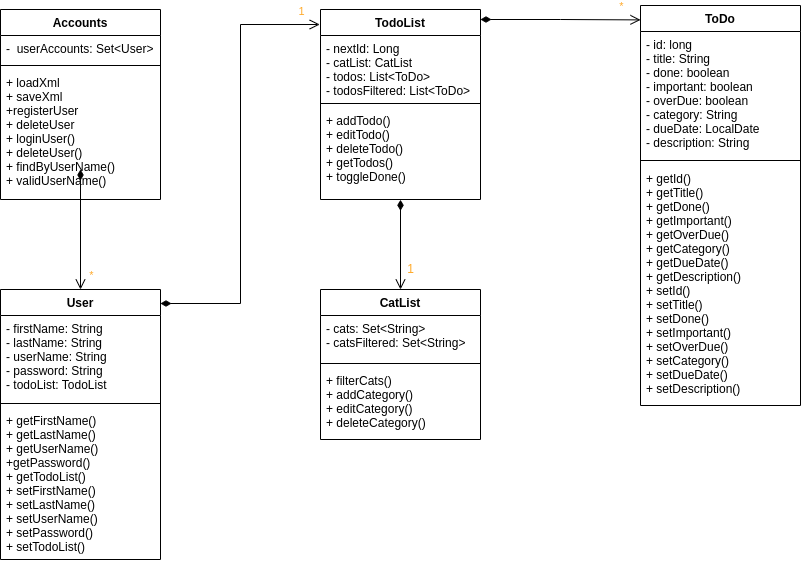
The draw.io diagram .images/ApplicationModel_v02.drawio.png in erbmic/todo-application, before a commit. Source tidied: cells renumbered, new cells last; positions are measured from the earlier drawing's top-left corner, leaving out a move shared by most shapes. Its diagram source:
```xml
<mxGraphModel>
  <root>
    <mxCell id="0" />
    <mxCell id="1" parent="0" />
    <mxCell id="2" value="User" style="swimlane;fontStyle=1;align=center;verticalAlign=top;horizontal=1;startSize=26;" parent="1" vertex="1">
      <mxGeometry y="284" width="160" height="270" as="geometry" />
    </mxCell>
    <mxCell id="3" value="- firstName: String&#10;- lastName: String&#10;- userName: String&#10;- password: String&#10;- todoList: TodoList" style="text;strokeColor=none;fillColor=none;align=left;verticalAlign=top;spacingLeft=4;spacingRight=4;overflow=hidden;" parent="2" vertex="1">
      <mxGeometry y="26" width="160" height="84" as="geometry" />
    </mxCell>
    <mxCell id="4" style="line;strokeWidth=1;fillColor=none;align=left;verticalAlign=middle;spacingTop=-1;spacingLeft=3;spacingRight=3;labelPosition=right;" parent="2" vertex="1">
      <mxGeometry y="110" width="160" height="8" as="geometry" />
    </mxCell>
    <mxCell id="5" value="+ getFirstName()&#10;+ getLastName()&#10;+ getUserName()&#10;+getPassword()&#10;+ getTodoList()&#10;+ setFirstName()&#10;+ setLastName()&#10;+ setUserName()&#10;+ setPassword()&#10;+ setTodoList()" style="text;strokeColor=none;fillColor=none;align=left;verticalAlign=top;spacingLeft=4;spacingRight=4;overflow=hidden;" parent="2" vertex="1">
      <mxGeometry y="118" width="160" height="152" as="geometry" />
    </mxCell>
    <mxCell id="6" value="Accounts" style="swimlane;fontStyle=1;align=center;verticalAlign=top;horizontal=1;startSize=26;" parent="1" vertex="1">
      <mxGeometry y="4" width="160" height="190" as="geometry" />
    </mxCell>
    <mxCell id="7" value="-  userAccounts: Set&lt;User&gt;" style="text;strokeColor=none;fillColor=none;align=left;verticalAlign=top;spacingLeft=4;spacingRight=4;overflow=hidden;" parent="6" vertex="1">
      <mxGeometry y="26" width="160" height="26" as="geometry" />
    </mxCell>
    <mxCell id="8" style="line;strokeWidth=1;fillColor=none;align=left;verticalAlign=middle;spacingTop=-1;spacingLeft=3;spacingRight=3;labelPosition=right;" parent="6" vertex="1">
      <mxGeometry y="52" width="160" height="8" as="geometry" />
    </mxCell>
    <mxCell id="9" value="+ loadXml&#10;+ saveXml&#10;+registerUser&#10;+ deleteUser&#10;+ loginUser()&#10;+ deleteUser()&#10;+ findByUserName()&#10;+ validUserName()" style="text;strokeColor=none;fillColor=none;align=left;verticalAlign=top;spacingLeft=4;spacingRight=4;overflow=hidden;points=[[0,0.5],[1,0.5]];portConstraint=eastwest;" parent="6" vertex="1">
      <mxGeometry y="60" width="160" height="130" as="geometry" />
    </mxCell>
    <mxCell id="10" value="TodoList" style="swimlane;fontStyle=1;align=center;verticalAlign=top;horizontal=1;startSize=26;" parent="1" vertex="1">
      <mxGeometry x="320" y="4" width="160" height="190" as="geometry" />
    </mxCell>
    <mxCell id="11" value="- nextId: Long&#10;- catList: CatList&#10;- todos: List&lt;ToDo&gt;&#10;- todosFiltered: List&lt;ToDo&gt;" style="text;strokeColor=none;fillColor=none;align=left;verticalAlign=top;spacingLeft=4;spacingRight=4;overflow=hidden;" parent="10" vertex="1">
      <mxGeometry y="26" width="160" height="64" as="geometry" />
    </mxCell>
    <mxCell id="12" style="line;strokeWidth=1;fillColor=none;align=left;verticalAlign=middle;spacingTop=-1;spacingLeft=3;spacingRight=3;labelPosition=right;" parent="10" vertex="1">
      <mxGeometry y="90" width="160" height="8" as="geometry" />
    </mxCell>
    <mxCell id="13" value="+ addTodo()&#10;+ editTodo()&#10;+ deleteTodo()&#10;+ getTodos()&#10;+ toggleDone()" style="text;strokeColor=none;fillColor=none;align=left;verticalAlign=top;spacingLeft=4;spacingRight=4;overflow=hidden;points=[[0,0.5],[1,0.5]];portConstraint=eastwest;" parent="10" vertex="1">
      <mxGeometry y="98" width="160" height="92" as="geometry" />
    </mxCell>
    <mxCell id="14" value="ToDo" style="swimlane;fontStyle=1;align=center;verticalAlign=top;horizontal=1;startSize=26;" parent="1" vertex="1">
      <mxGeometry x="640" width="160" height="400" as="geometry" />
    </mxCell>
    <mxCell id="15" value="- id: long&#10;- title: String&#10;- done: boolean&#10;- important: boolean&#10;- overDue: boolean&#10;- category: String&#10;- dueDate: LocalDate&#10;- description: String" style="text;strokeColor=none;fillColor=none;align=left;verticalAlign=top;spacingLeft=4;spacingRight=4;overflow=hidden;" parent="14" vertex="1">
      <mxGeometry y="26" width="160" height="124" as="geometry" />
    </mxCell>
    <mxCell id="16" style="line;strokeWidth=1;fillColor=none;align=left;verticalAlign=middle;spacingTop=-1;spacingLeft=3;spacingRight=3;labelPosition=right;" parent="14" vertex="1">
      <mxGeometry y="150" width="160" height="10" as="geometry" />
    </mxCell>
    <mxCell id="17" value="+ getId()&#10;+ getTitle()&#10;+ getDone()&#10;+ getImportant()&#10;+ getOverDue()&#10;+ getCategory()&#10;+ getDueDate()&#10;+ getDescription()&#10;+ setId()&#10;+ setTitle()&#10;+ setDone()&#10;+ setImportant()&#10;+ setOverDue()&#10;+ setCategory()&#10;+ setDueDate()&#10;+ setDescription()" style="text;strokeColor=none;fillColor=none;align=left;verticalAlign=top;spacingLeft=4;spacingRight=4;overflow=hidden;" parent="14" vertex="1">
      <mxGeometry y="160" width="160" height="240" as="geometry" />
    </mxCell>
    <mxCell id="18" style="endArrow=open;startArrow=diamondThin;endFill=0;startFill=1;html=1;verticalAlign=bottom;labelBackgroundColor=none;strokeWidth=1;startSize=8;endSize=8;rounded=0;fontColor=#FFA929;targetPerimeterSpacing=0;edgeStyle=orthogonalEdgeStyle;jumpStyle=none;jumpSize=8;entryX=0.5;entryY=0;entryDx=0;entryDy=0;" parent="1" edge="1" target="2">
      <mxGeometry relative="1" as="geometry">
        <mxPoint x="80" y="164" as="sourcePoint" />
      </mxGeometry>
    </mxCell>
    <mxCell id="19" value="*" style="edgeLabel;html=1;align=center;verticalAlign=middle;fontColor=#FFA929;" parent="18" vertex="1">
      <mxGeometry x="0.76" y="-1" relative="1" as="geometry">
        <mxPoint x="11" as="offset" />
      </mxGeometry>
    </mxCell>
    <mxCell id="20" value="CatList" style="swimlane;fontStyle=1;align=center;verticalAlign=top;horizontal=1;startSize=26;" parent="1" vertex="1">
      <mxGeometry x="320" y="284" width="160" height="150" as="geometry" />
    </mxCell>
    <mxCell id="21" value="- cats: Set&lt;String&gt;&#10;- catsFiltered: Set&lt;String&gt;" style="text;strokeColor=none;fillColor=none;align=left;verticalAlign=top;spacingLeft=4;spacingRight=4;overflow=hidden;" parent="20" vertex="1">
      <mxGeometry y="26" width="160" height="44" as="geometry" />
    </mxCell>
    <mxCell id="22" style="line;strokeWidth=1;fillColor=none;align=left;verticalAlign=middle;spacingTop=-1;spacingLeft=3;spacingRight=3;labelPosition=right;" parent="20" vertex="1">
      <mxGeometry y="70" width="160" height="8" as="geometry" />
    </mxCell>
    <mxCell id="23" value="+ filterCats()&#10;+ addCategory()&#10;+ editCategory()&#10;+ deleteCategory()" style="text;strokeColor=none;fillColor=none;align=left;verticalAlign=top;spacingLeft=4;spacingRight=4;overflow=hidden;" parent="20" vertex="1">
      <mxGeometry y="78" width="160" height="72" as="geometry" />
    </mxCell>
    <mxCell id="24" style="endArrow=open;startArrow=diamondThin;endFill=0;startFill=1;html=1;verticalAlign=bottom;labelBackgroundColor=none;strokeWidth=1;startSize=8;endSize=8;rounded=0;fontColor=#FFA929;targetPerimeterSpacing=0;edgeStyle=orthogonalEdgeStyle;jumpStyle=none;jumpSize=8;entryX=-0.005;entryY=0.079;entryDx=0;entryDy=0;entryPerimeter=0;" parent="1" edge="1" target="10">
      <mxGeometry relative="1" as="geometry">
        <mxPoint x="160" y="298" as="sourcePoint" />
      </mxGeometry>
    </mxCell>
    <mxCell id="25" value="1" style="edgeLabel;html=1;align=center;verticalAlign=middle;fontColor=#FFA929;" parent="24" vertex="1">
      <mxGeometry x="0.69" y="2" relative="1" as="geometry">
        <mxPoint x="48" y="-12" as="offset" />
      </mxGeometry>
    </mxCell>
    <mxCell id="26" style="endArrow=open;startArrow=diamondThin;endFill=0;startFill=1;html=1;verticalAlign=bottom;labelBackgroundColor=none;strokeWidth=1;startSize=8;endSize=8;rounded=0;fontColor=#FFA929;targetPerimeterSpacing=0;edgeStyle=orthogonalEdgeStyle;jumpStyle=none;jumpSize=8;entryX=0;entryY=0.036;entryDx=0;entryDy=0;entryPerimeter=0;" parent="1" edge="1" target="14">
      <mxGeometry relative="1" as="geometry">
        <mxPoint x="480" y="14" as="sourcePoint" />
      </mxGeometry>
    </mxCell>
    <mxCell id="27" value="*" style="edgeLabel;html=1;align=center;verticalAlign=middle;fontColor=#FFA929;" parent="26" vertex="1">
      <mxGeometry x="0.69" y="2" relative="1" as="geometry">
        <mxPoint x="5" y="-12" as="offset" />
      </mxGeometry>
    </mxCell>
    <mxCell id="28" style="endArrow=open;startArrow=diamondThin;endFill=0;startFill=1;html=1;verticalAlign=bottom;labelBackgroundColor=none;strokeWidth=1;startSize=8;endSize=8;rounded=0;fontColor=#FFA929;targetPerimeterSpacing=0;edgeStyle=orthogonalEdgeStyle;jumpStyle=none;jumpSize=8;entryX=0.5;entryY=0;entryDx=0;entryDy=0;exitX=0.5;exitY=1.003;exitDx=0;exitDy=0;exitPerimeter=0;" parent="1" edge="1" source="13" target="20">
      <mxGeometry relative="1" as="geometry" />
    </mxCell>
    <mxCell id="29" value="1" style="text;html=1;align=center;verticalAlign=middle;strokeColor=none;fillColor=none;fontColor=#FFA929;" parent="1" vertex="1">
      <mxGeometry x="400" y="254" width="20" height="20" as="geometry" />
    </mxCell>
  </root>
</mxGraphModel>
```
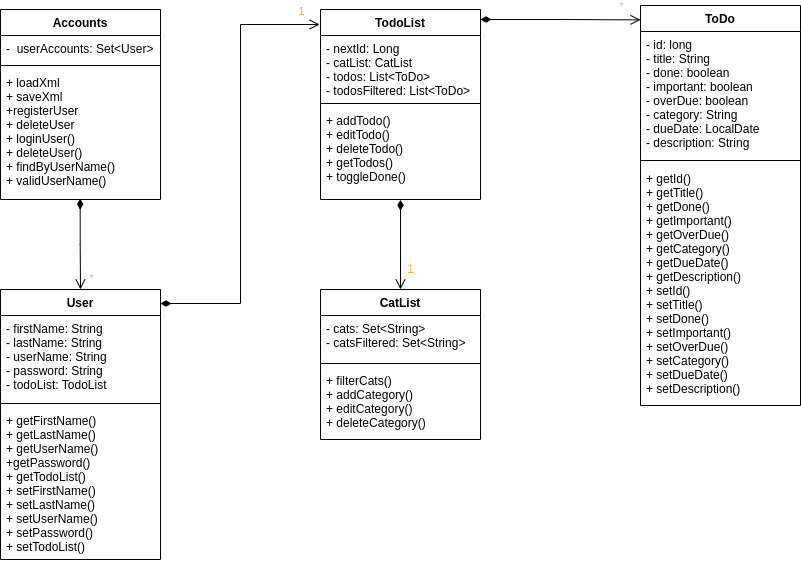
After the commit.

What changed in the source:
```diff
@@ -50,10 +50,8 @@
     <mxCell id="17" value="+ getId()&#10;+ getTitle()&#10;+ getDone()&#10;+ getImportant()&#10;+ getOverDue()&#10;+ getCategory()&#10;+ getDueDate()&#10;+ getDescription()&#10;+ setId()&#10;+ setTitle()&#10;+ setDone()&#10;+ setImportant()&#10;+ setOverDue()&#10;+ setCategory()&#10;+ setDueDate()&#10;+ setDescription()" style="text;strokeColor=none;fillColor=none;align=left;verticalAlign=top;spacingLeft=4;spacingRight=4;overflow=hidden;" parent="14" vertex="1">
       <mxGeometry y="160" width="160" height="240" as="geometry" />
     </mxCell>
-    <mxCell id="18" style="endArrow=open;startArrow=diamondThin;endFill=0;startFill=1;html=1;verticalAlign=bottom;labelBackgroundColor=none;strokeWidth=1;startSize=8;endSize=8;rounded=0;fontColor=#FFA929;targetPerimeterSpacing=0;edgeStyle=orthogonalEdgeStyle;jumpStyle=none;jumpSize=8;entryX=0.5;entryY=0;entryDx=0;entryDy=0;" parent="1" edge="1" target="2">
-      <mxGeometry relative="1" as="geometry">
-        <mxPoint x="80" y="164" as="sourcePoint" />
-      </mxGeometry>
+    <mxCell id="18" style="endArrow=open;startArrow=diamondThin;endFill=0;startFill=1;html=1;verticalAlign=bottom;labelBackgroundColor=none;strokeWidth=1;startSize=8;endSize=8;rounded=0;fontColor=#FFA929;targetPerimeterSpacing=0;edgeStyle=orthogonalEdgeStyle;jumpStyle=none;jumpSize=8;entryX=0.5;entryY=0;entryDx=0;entryDy=0;exitX=0.498;exitY=0.994;exitDx=0;exitDy=0;exitPerimeter=0;" parent="1" edge="1" source="9" target="2">
+      <mxGeometry relative="1" as="geometry" />
     </mxCell>
     <mxCell id="19" value="*" style="edgeLabel;html=1;align=center;verticalAlign=middle;fontColor=#FFA929;" parent="18" vertex="1">
       <mxGeometry x="0.76" y="-1" relative="1" as="geometry">
```
